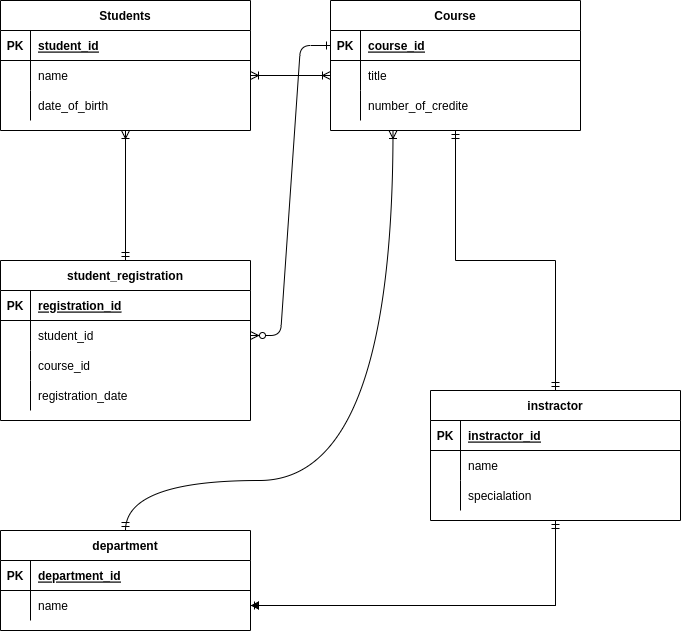
Mohammad-R-N/CW9 keeps this draw.io diagram as cw10/Q1.png. Above is the earlier version. Source tidied: cells renumbered, new cells last; positions are measured from the earlier drawing's top-left corner, leaving out a move shared by most shapes.
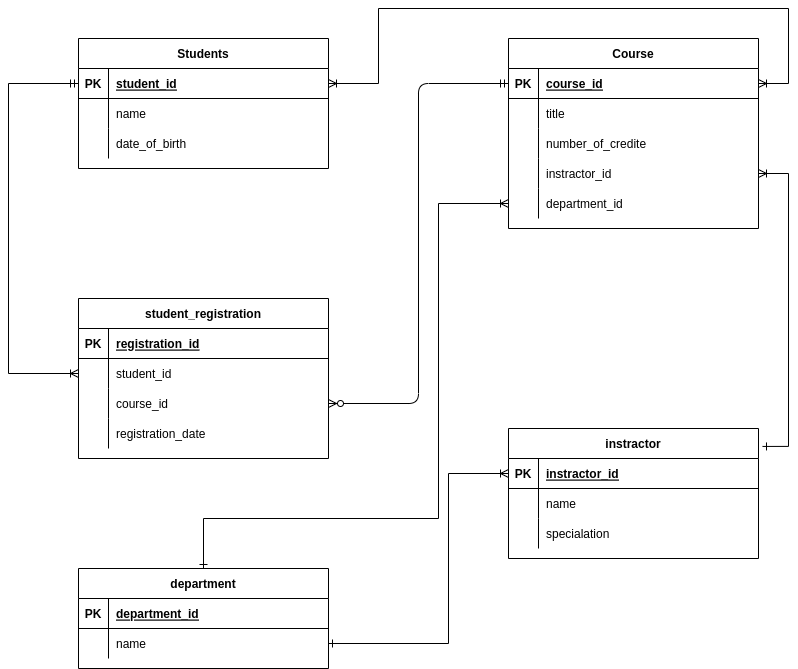
The same diagram one commit later.

Change to the diagram source:
```diff
@@ -2,14 +2,19 @@
   <root>
     <mxCell id="0" />
     <mxCell id="1" parent="0" />
-    <mxCell id="2" style="edgeStyle=entityRelationEdgeStyle;endArrow=ERzeroToMany;startArrow=ERone;endFill=1;startFill=0;" parent="1" edge="1" source="5" target="19">
+    <mxCell id="2" style="edgeStyle=orthogonalEdgeStyle;endArrow=ERzeroToMany;startArrow=ERmandOne;endFill=1;startFill=0;exitX=0;exitY=0.5;exitDx=0;exitDy=0;entryX=1;entryY=0.5;entryDx=0;entryDy=0;" parent="1" edge="1" source="5" target="22">
       <mxGeometry relative="1" as="geometry" />
     </mxCell>
-    <mxCell id="3" style="edgeStyle=orthogonalEdgeStyle;rounded=0;jettySize=auto;html=1;entryX=0.5;entryY=0;entryDx=0;entryDy=0;startArrow=ERmandOne;startFill=0;endArrow=ERmandOne;endFill=0;" parent="1" edge="1" source="4" target="40">
-      <mxGeometry relative="1" as="geometry" />
+    <mxCell id="3" style="edgeStyle=orthogonalEdgeStyle;rounded=0;jettySize=auto;html=1;entryX=1.016;entryY=0.138;entryDx=0;entryDy=0;startArrow=ERoneToMany;startFill=0;endArrow=ERone;endFill=0;entryPerimeter=0;exitX=1;exitY=0.5;exitDx=0;exitDy=0;" parent="1" edge="1" source="61" target="40">
+      <mxGeometry relative="1" as="geometry">
+        <Array as="points">
+          <mxPoint x="710" y="135" />
+          <mxPoint x="710" y="408" />
+        </Array>
+      </mxGeometry>
     </mxCell>
     <mxCell id="4" value="Course" style="shape=table;startSize=30;rowLines=0;fontStyle=1;align=center;" parent="1" vertex="1">
-      <mxGeometry x="330" width="250" height="130" as="geometry" />
+      <mxGeometry x="430" width="250" height="190" as="geometry" />
     </mxCell>
     <mxCell id="5" style="shape=partialRectangle;fillColor=none;points=[[0,0.5],[1,0.5]];portConstraint=eastwest;top=0;left=0;right=0;bottom=1;" parent="4" vertex="1">
       <mxGeometry y="30" width="250" height="30" as="geometry" />
@@ -38,8 +43,31 @@
     <mxCell id="13" value="number_of_credite" style="shape=partialRectangle;overflow=hidden;fillColor=none;top=0;left=0;bottom=0;right=0;align=left;spacingLeft=6;" parent="11" vertex="1">
       <mxGeometry x="30" width="220" height="30" as="geometry" />
     </mxCell>
+    <mxCell id="61" style="shape=partialRectangle;fillColor=none;points=[[0,0.5],[1,0.5]];portConstraint=eastwest;top=0;left=0;right=0;bottom=0;" parent="4" vertex="1">
+      <mxGeometry y="120" width="250" height="30" as="geometry" />
+    </mxCell>
+    <mxCell id="62" style="shape=partialRectangle;overflow=hidden;fillColor=none;top=0;left=0;bottom=0;right=0;" parent="61" vertex="1">
+      <mxGeometry width="30" height="30" as="geometry" />
+    </mxCell>
+    <mxCell id="63" value="instractor_id" style="shape=partialRectangle;overflow=hidden;fillColor=none;top=0;left=0;bottom=0;right=0;align=left;spacingLeft=6;" parent="61" vertex="1">
+      <mxGeometry x="30" width="220" height="30" as="geometry" />
+    </mxCell>
+    <mxCell id="64" style="shape=partialRectangle;fillColor=none;points=[[0,0.5],[1,0.5]];portConstraint=eastwest;top=0;left=0;right=0;bottom=0;" parent="4" vertex="1">
+      <mxGeometry y="150" width="250" height="30" as="geometry" />
+    </mxCell>
+    <mxCell id="65" style="shape=partialRectangle;overflow=hidden;fillColor=none;top=0;left=0;bottom=0;right=0;" parent="64" vertex="1">
+      <mxGeometry width="30" height="30" as="geometry" />
+    </mxCell>
+    <mxCell id="66" value="department_id" style="shape=partialRectangle;overflow=hidden;fillColor=none;top=0;left=0;bottom=0;right=0;align=left;spacingLeft=6;" parent="64" vertex="1">
+      <mxGeometry x="30" width="220" height="30" as="geometry" />
+    </mxCell>
-    <mxCell id="14" style="edgeStyle=orthogonalEdgeStyle;rounded=0;jettySize=auto;html=1;entryX=0.5;entryY=1;entryDx=0;entryDy=0;endArrow=ERoneToMany;endFill=0;" parent="1" edge="1" source="15" target="29">
-      <mxGeometry relative="1" as="geometry" />
+    <mxCell id="14" style="edgeStyle=orthogonalEdgeStyle;rounded=0;jettySize=auto;html=1;entryX=0;entryY=0.5;entryDx=0;entryDy=0;endArrow=ERmandOne;endFill=0;startArrow=ERoneToMany;startFill=0;exitX=0;exitY=0.5;exitDx=0;exitDy=0;" parent="1" edge="1" source="19" target="30">
+      <mxGeometry relative="1" as="geometry">
+        <Array as="points">
+          <mxPoint x="-70" y="335" />
+          <mxPoint x="-70" y="45" />
+        </Array>
+      </mxGeometry>
     </mxCell>
     <mxCell id="15" value="student_registration" style="shape=table;startSize=30;rowLines=0;fontStyle=1;align=center;" parent="1" vertex="1">
       <mxGeometry y="260" width="250" height="160" as="geometry" />
@@ -80,14 +108,6 @@
     <mxCell id="27" value="registration_date" style="shape=partialRectangle;overflow=hidden;fillColor=none;top=0;left=0;bottom=0;right=0;align=left;spacingLeft=6;" parent="25" vertex="1">
       <mxGeometry x="30" width="220" height="30" as="geometry" />
     </mxCell>
-    <mxCell id="28" style="edgeStyle=orthogonalEdgeStyle;rounded=0;jettySize=auto;html=1;exitX=0.5;exitY=1;exitDx=0;exitDy=0;entryX=0.5;entryY=0;entryDx=0;entryDy=0;endArrow=ERmandOne;endFill=0;" parent="1" edge="1" source="29" target="15">
-      <mxGeometry relative="1" as="geometry">
-        <Array as="points">
-          <mxPoint x="125" y="230" />
-          <mxPoint x="125" y="230" />
-        </Array>
-      </mxGeometry>
-    </mxCell>
     <mxCell id="29" value="Students" style="shape=table;startSize=30;rowLines=0;fontStyle=1;align=center;" parent="1" vertex="1">
       <mxGeometry width="250" height="130" as="geometry" />
     </mxCell>
@@ -118,8 +138,13 @@
     <mxCell id="38" value="date_of_birth" style="shape=partialRectangle;overflow=hidden;fillColor=none;top=0;left=0;bottom=0;right=0;align=left;spacingLeft=6;" parent="36" vertex="1">
       <mxGeometry x="30" width="220" height="30" as="geometry" />
     </mxCell>
-    <mxCell id="39" style="edgeStyle=orthogonalEdgeStyle;rounded=0;jettySize=auto;html=1;exitX=0.5;exitY=1;exitDx=0;exitDy=0;entryX=1;entryY=0.5;entryDx=0;entryDy=0;" parent="1" edge="1" source="40" target="55">
-      <mxGeometry relative="1" as="geometry" />
+    <mxCell id="39" style="edgeStyle=orthogonalEdgeStyle;rounded=0;jettySize=auto;html=1;exitX=0;exitY=0.5;exitDx=0;exitDy=0;entryX=1;entryY=0.5;entryDx=0;entryDy=0;endArrow=ERone;endFill=0;startArrow=ERoneToMany;startFill=0;" parent="1" edge="1" source="41" target="55">
+      <mxGeometry relative="1" as="geometry">
+        <Array as="points">
+          <mxPoint x="370" y="435" />
+          <mxPoint x="370" y="605" />
+        </Array>
+      </mxGeometry>
     </mxCell>
     <mxCell id="40" value="instractor" style="shape=table;startSize=30;rowLines=0;fontStyle=1;align=center;" parent="1" vertex="1">
       <mxGeometry x="430" y="390" width="250" height="130" as="geometry" />
@@ -151,11 +176,12 @@
     <mxCell id="49" value="specialation" style="shape=partialRectangle;overflow=hidden;fillColor=none;top=0;left=0;bottom=0;right=0;align=left;spacingLeft=6;" parent="47" vertex="1">
       <mxGeometry x="30" width="220" height="30" as="geometry" />
     </mxCell>
-    <mxCell id="50" style="rounded=0;jettySize=auto;html=1;exitX=0.5;exitY=0;exitDx=0;exitDy=0;entryX=0.25;entryY=1;entryDx=0;entryDy=0;startArrow=ERmandOne;startFill=0;endArrow=ERoneToMany;endFill=0;edgeStyle=orthogonalEdgeStyle;curved=1;" parent="1" edge="1" source="51" target="4">
+    <mxCell id="50" style="rounded=0;jettySize=auto;html=1;exitX=0.5;exitY=0;exitDx=0;exitDy=0;entryX=0;entryY=0.5;entryDx=0;entryDy=0;startArrow=ERone;startFill=0;endArrow=ERoneToMany;endFill=0;edgeStyle=orthogonalEdgeStyle;" parent="1" edge="1" source="51" target="64">
       <mxGeometry relative="1" as="geometry">
         <Array as="points">
           <mxPoint x="125" y="480" />
-          <mxPoint x="393" y="480" />
+          <mxPoint x="360" y="480" />
+          <mxPoint x="360" y="165" />
         </Array>
       </mxGeometry>
     </mxCell>
@@ -180,14 +206,15 @@
     <mxCell id="57" value="name" style="shape=partialRectangle;overflow=hidden;fillColor=none;top=0;left=0;bottom=0;right=0;align=left;spacingLeft=6;" parent="55" vertex="1">
       <mxGeometry x="30" width="220" height="30" as="geometry" />
     </mxCell>
-    <mxCell id="58" style="edgeStyle=orthogonalEdgeStyle;rounded=0;jettySize=auto;html=1;exitX=1;exitY=0.5;exitDx=0;exitDy=0;entryX=0;entryY=0.5;entryDx=0;entryDy=0;endArrow=ERoneToMany;endFill=0;" parent="1" edge="1" source="33" target="8">
-      <mxGeometry relative="1" as="geometry" />
-    </mxCell>
-    <mxCell id="59" style="edgeStyle=orthogonalEdgeStyle;rounded=0;jettySize=auto;html=1;entryX=1;entryY=0.5;entryDx=0;entryDy=0;endArrow=ERoneToMany;endFill=0;" parent="1" edge="1" source="8" target="33">
-      <mxGeometry relative="1" as="geometry" />
+    <mxCell id="59" style="edgeStyle=orthogonalEdgeStyle;rounded=0;jettySize=auto;html=1;entryX=1;entryY=0.5;entryDx=0;entryDy=0;endArrow=ERoneToMany;endFill=0;exitX=1;exitY=0.5;exitDx=0;exitDy=0;startArrow=ERoneToMany;startFill=0;" parent="1" edge="1" source="5" target="30">
+      <mxGeometry relative="1" as="geometry">
+        <Array as="points">
+          <mxPoint x="710" y="45" />
+          <mxPoint x="710" y="-30" />
+          <mxPoint x="300" y="-30" />
+          <mxPoint x="300" y="45" />
+        </Array>
+      </mxGeometry>
     </mxCell>
-    <mxCell id="60" style="edgeStyle=orthogonalEdgeStyle;rounded=0;jettySize=auto;html=1;exitX=1;exitY=0.5;exitDx=0;exitDy=0;entryX=0.5;entryY=1;entryDx=0;entryDy=0;startArrow=ERmandOne;startFill=0;endArrow=ERmandOne;endFill=0;" parent="1" edge="1" source="55" target="40">
-      <mxGeometry relative="1" as="geometry" />
-    </mxCell>
   </root>
 </mxGraphModel>
```
